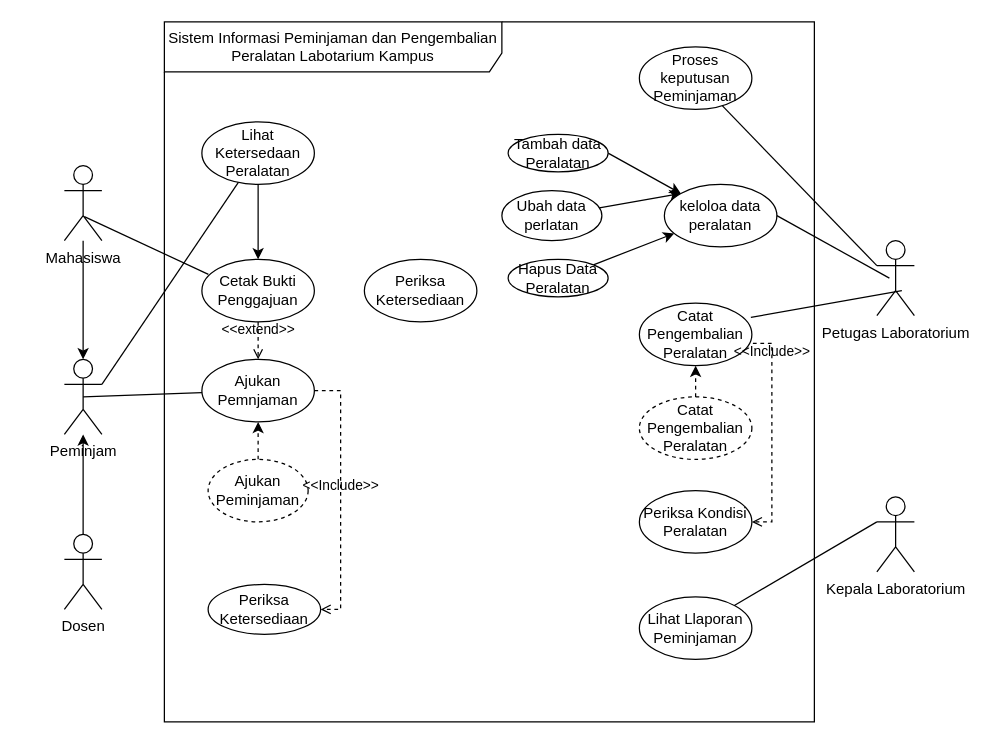
Earlier version of the draw.io diagram 03_latihan_tools/P04/Lab/Lab/P04_2406046_LAB_Usecase.drawio (2406046-Azri/IFRWP5149_2406046_labAlat). Source tidied: cells renumbered, new cells numbered last; positions are measured from the earlier drawing's top-left corner, leaving out a move shared by most shapes. Both pictures are drawn from the tidied source at 125%, with x=0, y=0 at pixel (64, 21).
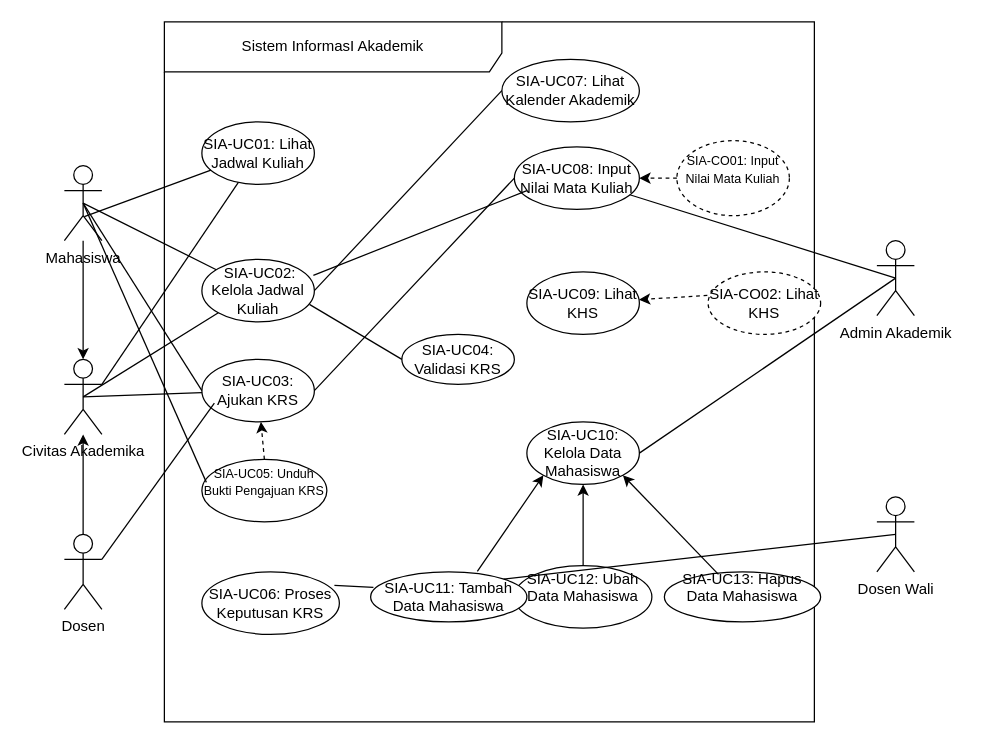
The same diagram, later.

The change refers to these unchanged cells:
```xml
<mxCell id="28" value="Mahasiswa" style="shape=umlActor;verticalLabelPosition=bottom;verticalAlign=top;html=1;" parent="1" vertex="1">
  <mxGeometry y="115" width="30" height="60" as="geometry" />
</mxCell>
<mxCell id="31" value="Dosen" style="shape=umlActor;verticalLabelPosition=bottom;verticalAlign=top;html=1;" parent="1" vertex="1">
  <mxGeometry y="410" width="30" height="60" as="geometry" />
</mxCell>
```

The edit, as a diff of the source:
```diff
@@
-    <mxCell id="2" value="Sistem Informasi Peminjaman dan Pengembalian Peralatan Labotarium Kampus" style="shape=umlFrame;whiteSpace=wrap;html=1;width=270;height=40;" parent="1" vertex="1">
+    <mxCell id="2" value="Sistem InformasI Akademik" style="shape=umlFrame;whiteSpace=wrap;html=1;width=270;height=40;" parent="1" vertex="1">
       <mxGeometry x="80" width="520" height="560" as="geometry" />
     </mxCell>
-    <mxCell id="3" style="rounded=0;jettySize=auto;html=1;" parent="2" edge="1" source="4" target="5">
-      <mxGeometry relative="1" as="geometry" />
-    </mxCell>
-    <mxCell id="4" value="Lihat Ketersedaan Peralatan" style="ellipse;html=1;whiteSpace=wrap;" parent="2" vertex="1">
+    <mxCell id="4" value="SIA-UC01: Lihat Jadwal Kuliah" style="ellipse;html=1;whiteSpace=wrap;" parent="2" vertex="1">
       <mxGeometry x="30" y="80" width="90" height="50" as="geometry" />
     </mxCell>
-    <mxCell id="5" value="Cetak Bukti Penggajuan" style="ellipse;html=1;whiteSpace=wrap;" parent="2" vertex="1">
+    <mxCell id="5" value="&amp;nbsp;SIA-UC02: Kelola Jadwal Kuliah" style="ellipse;html=1;whiteSpace=wrap;" parent="2" vertex="1">
       <mxGeometry x="30" y="190" width="90" height="50" as="geometry" />
     </mxCell>
-    <mxCell id="6" value="Periksa Ketersediaan" style="ellipse;html=1;whiteSpace=wrap;" parent="2" vertex="1">
-      <mxGeometry x="35" y="450" width="90" height="40" as="geometry" />
+    <mxCell id="6" value="SIA-UC04: Validasi KRS" style="ellipse;html=1;whiteSpace=wrap;" parent="2" vertex="1">
+      <mxGeometry x="190" y="250" width="90" height="40" as="geometry" />
     </mxCell>
-    <mxCell id="7" value="Periksa Ketersediaan" style="ellipse;html=1;whiteSpace=wrap;" parent="2" vertex="1">
-      <mxGeometry x="160" y="190" width="90" height="50" as="geometry" />
+    <mxCell id="7" value="&lt;div&gt;&lt;font style=&quot;font-size: 10px;&quot;&gt;SIA-UC05: Unduh Bukti Pengajuan KRS&lt;/font&gt;&lt;/div&gt;&lt;div&gt;&lt;br&gt;&lt;/div&gt;" style="ellipse;html=1;whiteSpace=wrap;" parent="2" vertex="1">
+      <mxGeometry x="30" y="350" width="100" height="50" as="geometry" />
     </mxCell>
-    <mxCell id="8" value="Proses keputusan Peminjaman" style="ellipse;html=1;whiteSpace=wrap;" parent="2" vertex="1">
-      <mxGeometry x="380" y="20" width="90" height="50" as="geometry" />
+    <mxCell id="8" value="SIA-UC06: Proses Keputusan KRS" style="ellipse;html=1;whiteSpace=wrap;" parent="2" vertex="1">
+      <mxGeometry x="30" y="440" width="110" height="50" as="geometry" />
     </mxCell>
-    <mxCell id="9" style="rounded=0;jettySize=auto;html=1;entryX=0;entryY=0;entryDx=0;entryDy=0;" parent="2" edge="1" source="10" target="17">
-      <mxGeometry relative="1" as="geometry" />
-    </mxCell>
-    <mxCell id="10" value="Ubah data perlatan" style="ellipse;html=1;whiteSpace=wrap;" parent="2" vertex="1">
-      <mxGeometry x="270" y="135" width="80" height="40" as="geometry" />
+    <mxCell id="10" value="&lt;div&gt;SIA-UC12: Ubah Data Mahasiswa&lt;/div&gt;&lt;div&gt;&lt;br&gt;&lt;/div&gt;" style="ellipse;html=1;whiteSpace=wrap;" parent="2" vertex="1">
+      <mxGeometry x="280" y="435" width="110" height="50" as="geometry" />
     </mxCell>
-    <mxCell id="11" style="rounded=0;jettySize=auto;html=1;exitX=1;exitY=0.5;exitDx=0;exitDy=0;" parent="2" edge="1" source="12" target="17">
-      <mxGeometry relative="1" as="geometry" />
-    </mxCell>
-    <mxCell id="12" value="Tambah data Peralatan" style="ellipse;html=1;whiteSpace=wrap;" parent="2" vertex="1">
-      <mxGeometry x="275" y="90" width="80" height="30" as="geometry" />
+    <mxCell id="12" value="&lt;div&gt;SIA-UC13: Hapus Data Mahasiswa&lt;/div&gt;&lt;div&gt;&lt;br&gt;&lt;/div&gt;" style="ellipse;html=1;whiteSpace=wrap;" parent="2" vertex="1">
+      <mxGeometry x="400" y="440" width="125" height="40" as="geometry" />
     </mxCell>
-    <mxCell id="13" style="rounded=0;jettySize=auto;html=1;" parent="2" edge="1" source="14" target="17">
-      <mxGeometry relative="1" as="geometry" />
-    </mxCell>
-    <mxCell id="14" value="Hapus Data Peralatan" style="ellipse;html=1;whiteSpace=wrap;" parent="2" vertex="1">
-      <mxGeometry x="275" y="190" width="80" height="30" as="geometry" />
+    <mxCell id="14" value="SIA-UC11: Tambah Data Mahasiswa" style="ellipse;html=1;whiteSpace=wrap;" parent="2" vertex="1">
+      <mxGeometry x="165" y="440" width="125" height="40" as="geometry" />
     </mxCell>
-    <mxCell id="15" style="rounded=0;jettySize=auto;html=1;dashed=1;" parent="2" edge="1" source="16" target="23">
-      <mxGeometry relative="1" as="geometry" />
-    </mxCell>
-    <mxCell id="16" value="Ajukan Peminjaman" style="ellipse;html=1;whiteSpace=wrap;strokeColor=default;dashed=1;" parent="2" vertex="1">
-      <mxGeometry x="35" y="350" width="80" height="50" as="geometry" />
+    <mxCell id="16" value="&lt;div&gt;&lt;font style=&quot;font-size: 10px;&quot;&gt;SIA-CO01: Input Nilai Mata Kuliah&lt;/font&gt;&lt;/div&gt;&lt;div&gt;&lt;br&gt;&lt;/div&gt;" style="ellipse;html=1;whiteSpace=wrap;strokeColor=default;dashed=1;" parent="2" vertex="1">
+      <mxGeometry x="410" y="95" width="90" height="60" as="geometry" />
     </mxCell>
-    <mxCell id="17" value="keloloa data peralatan" style="ellipse;html=1;whiteSpace=wrap;" parent="2" vertex="1">
-      <mxGeometry x="400" y="130" width="90" height="50" as="geometry" />
+    <mxCell id="17" value="SIA-UC07: Lihat Kalender Akademik" style="ellipse;html=1;whiteSpace=wrap;" parent="2" vertex="1">
+      <mxGeometry x="270" y="30" width="110" height="50" as="geometry" />
     </mxCell>
-    <mxCell id="18" value="Catat Pengembalian Peralatan" style="ellipse;html=1;whiteSpace=wrap;" parent="2" vertex="1">
-      <mxGeometry x="380" y="225" width="90" height="50" as="geometry" />
+    <mxCell id="18" value="SIA-UC08: Input Nilai Mata Kuliah" style="ellipse;html=1;whiteSpace=wrap;" parent="2" vertex="1">
+      <mxGeometry x="280" y="100" width="100" height="50" as="geometry" />
     </mxCell>
-    <mxCell id="19" style="rounded=0;jettySize=auto;html=1;exitX=0.5;exitY=0;exitDx=0;exitDy=0;entryX=0.5;entryY=1;entryDx=0;entryDy=0;dashed=1;" parent="2" edge="1" source="20" target="18">
+    <mxCell id="19" style="rounded=0;jettySize=auto;html=1;exitX=-0.007;exitY=0.376;exitDx=0;exitDy=0;dashed=1;exitPerimeter=0;" parent="2" edge="1" source="20" target="21">
       <mxGeometry relative="1" as="geometry" />
     </mxCell>
-    <mxCell id="20" value="Catat Pengembalian Peralatan" style="ellipse;html=1;whiteSpace=wrap;dashed=1;" parent="2" vertex="1">
-      <mxGeometry x="380" y="300" width="90" height="50" as="geometry" />
+    <mxCell id="20" value="SIA-CO02: Lihat KHS" style="ellipse;html=1;whiteSpace=wrap;dashed=1;" parent="2" vertex="1">
+      <mxGeometry x="435" y="200" width="90" height="50" as="geometry" />
     </mxCell>
-    <mxCell id="21" value="Periksa Kondisi Peralatan" style="ellipse;html=1;whiteSpace=wrap;" parent="2" vertex="1">
-      <mxGeometry x="380" y="375" width="90" height="50" as="geometry" />
+    <mxCell id="21" value="SIA-UC09: Lihat KHS" style="ellipse;html=1;whiteSpace=wrap;" parent="2" vertex="1">
+      <mxGeometry x="290" y="200" width="90" height="50" as="geometry" />
     </mxCell>
-    <mxCell id="22" value="Lihat Llaporan Peminjaman" style="ellipse;html=1;whiteSpace=wrap;" parent="2" vertex="1">
-      <mxGeometry x="380" y="460" width="90" height="50" as="geometry" />
+    <mxCell id="22" value="SIA-UC10: Kelola Data Mahasiswa" style="ellipse;html=1;whiteSpace=wrap;" parent="2" vertex="1">
+      <mxGeometry x="290" y="320" width="90" height="50" as="geometry" />
     </mxCell>
-    <mxCell id="23" value="Ajukan Pemnjaman" style="ellipse;html=1;whiteSpace=wrap;" parent="2" vertex="1">
+    <mxCell id="23" value="SIA-UC03: Ajukan KRS" style="ellipse;html=1;whiteSpace=wrap;" parent="2" vertex="1">
       <mxGeometry x="30" y="270" width="90" height="50" as="geometry" />
     </mxCell>
-    <mxCell id="24" value="&amp;lt;&amp;lt;extend&amp;gt;&amp;gt;" style="html=1;verticalAlign=bottom;labelBackgroundColor=none;endArrow=open;endFill=0;dashed=1;rounded=0;exitX=0.5;exitY=1;exitDx=0;exitDy=0;entryX=0.5;entryY=0;entryDx=0;entryDy=0;" parent="2" edge="1" source="5" target="23">
-      <mxGeometry relative="1" as="geometry" />
-    </mxCell>
-    <mxCell id="25" value="&amp;lt;&amp;lt;Include&amp;gt;&amp;gt;" style="html=1;verticalAlign=bottom;labelBackgroundColor=none;endArrow=open;endFill=0;dashed=1;rounded=0;exitX=1;exitY=0.5;exitDx=0;exitDy=0;entryX=1;entryY=0.5;entryDx=0;entryDy=0;edgeStyle=orthogonalEdgeStyle;libavoidRouting=1;" parent="2" edge="1" source="23" target="6">
-      <mxGeometry relative="1" as="geometry">
-        <Array as="points">
-          <mxPoint x="141" y="295" />
-          <mxPoint x="141" y="470" />
-        </Array>
-      </mxGeometry>
-    </mxCell>
-    <mxCell id="26" value="&amp;lt;&amp;lt;Include&amp;gt;&amp;gt;" style="html=1;verticalAlign=bottom;labelBackgroundColor=none;endArrow=open;endFill=0;dashed=1;rounded=0;exitX=1.009;exitY=0.644;exitDx=0;exitDy=0;entryX=1;entryY=0.5;entryDx=0;entryDy=0;edgeStyle=orthogonalEdgeStyle;libavoidRouting=1;exitPerimeter=0;" parent="2" edge="1" source="18" target="21">
-      <mxGeometry x="-0.64" relative="1" as="geometry">
-        <Array as="points">
-          <mxPoint x="486" y="257.2" />
-          <mxPoint x="486" y="400" />
-        </Array>
-      </mxGeometry>
-    </mxCell>
+    <mxCell id="41" style="rounded=0;jettySize=auto;html=1;endArrow=none;endFill=0;entryX=0.956;entryY=0.72;entryDx=0;entryDy=0;entryPerimeter=0;exitX=0;exitY=0.5;exitDx=0;exitDy=0;" parent="2" edge="1" source="6" target="5">
+      <mxGeometry relative="1" as="geometry" />
+    </mxCell>
+    <mxCell id="42" style="rounded=0;jettySize=auto;html=1;exitX=0.5;exitY=0;exitDx=0;exitDy=0;dashed=1;" parent="2" edge="1" source="7" target="23">
+      <mxGeometry relative="1" as="geometry" />
+    </mxCell>
+    <mxCell id="43" style="rounded=0;jettySize=auto;html=1;entryX=0.5;entryY=1;entryDx=0;entryDy=0;endArrow=classic;endFill=1;exitX=0.5;exitY=0;exitDx=0;exitDy=0;" parent="2" edge="1" source="10" target="22">
+      <mxGeometry relative="1" as="geometry" />
+    </mxCell>
+    <mxCell id="44" style="rounded=0;jettySize=auto;html=1;entryX=0;entryY=1;entryDx=0;entryDy=0;endArrow=classic;endFill=1;exitX=0.683;exitY=-0.01;exitDx=0;exitDy=0;exitPerimeter=0;" parent="2" edge="1" source="14" target="22">
+      <mxGeometry relative="1" as="geometry" />
+    </mxCell>
+    <mxCell id="45" style="rounded=0;jettySize=auto;html=1;entryX=1;entryY=1;entryDx=0;entryDy=0;endArrow=classic;endFill=1;exitX=0.346;exitY=0.05;exitDx=0;exitDy=0;exitPerimeter=0;" parent="2" edge="1" source="12" target="22">
+      <mxGeometry relative="1" as="geometry" />
+    </mxCell>
+    <mxCell id="46" style="rounded=0;jettySize=auto;html=1;endArrow=none;endFill=0;entryX=0.964;entryY=0.216;entryDx=0;entryDy=0;entryPerimeter=0;exitX=0.018;exitY=0.31;exitDx=0;exitDy=0;exitPerimeter=0;" parent="2" edge="1" source="14" target="8">
+      <mxGeometry relative="1" as="geometry" />
+    </mxCell>
+    <mxCell id="47" style="rounded=0;jettySize=auto;html=1;exitX=0;exitY=0.5;exitDx=0;exitDy=0;dashed=1;entryX=1;entryY=0.5;entryDx=0;entryDy=0;" parent="2" edge="1" source="16" target="18">
+      <mxGeometry relative="1" as="geometry" />
+    </mxCell>
+    <mxCell id="48" style="rounded=0;jettySize=auto;html=1;endArrow=none;endFill=0;entryX=1;entryY=0.5;entryDx=0;entryDy=0;exitX=0;exitY=0.5;exitDx=0;exitDy=0;" parent="2" edge="1" source="18" target="23">
+      <mxGeometry relative="1" as="geometry" />
+    </mxCell>
+    <mxCell id="49" style="rounded=0;jettySize=auto;html=1;endArrow=none;endFill=0;entryX=0.991;entryY=0.256;entryDx=0;entryDy=0;exitX=0;exitY=0.5;exitDx=0;exitDy=0;entryPerimeter=0;" parent="2" edge="1" target="5">
+      <mxGeometry relative="1" as="geometry">
+        <mxPoint x="290" y="135" as="sourcePoint" />
+      </mxGeometry>
+    </mxCell>
+    <mxCell id="50" style="rounded=0;jettySize=auto;html=1;endArrow=none;endFill=0;entryX=1;entryY=0.5;entryDx=0;entryDy=0;exitX=0;exitY=0.5;exitDx=0;exitDy=0;" parent="2" edge="1" source="17" target="5">
+      <mxGeometry relative="1" as="geometry" />
+    </mxCell>
@@
-    <mxCell id="29" value="Peminjam" style="shape=umlActor;verticalLabelPosition=bottom;verticalAlign=top;html=1;" parent="1" vertex="1">
+    <mxCell id="29" value="&lt;div&gt;Civitas Akademika&lt;/div&gt;&lt;div&gt;&lt;br&gt;&lt;/div&gt;" style="shape=umlActor;verticalLabelPosition=bottom;verticalAlign=top;html=1;" parent="1" vertex="1">
       <mxGeometry y="270" width="30" height="60" as="geometry" />
     </mxCell>
@@
-    <mxCell id="33" style="rounded=0;jettySize=auto;html=1;endArrow=none;endFill=0;entryX=0.533;entryY=0.68;entryDx=0;entryDy=0;entryPerimeter=0;exitX=0.058;exitY=0.24;exitDx=0;exitDy=0;exitPerimeter=0;" parent="1" edge="1" source="5" target="28">
+    <mxCell id="33" style="rounded=0;jettySize=auto;html=1;endArrow=none;endFill=0;entryX=0.533;entryY=0.68;entryDx=0;entryDy=0;entryPerimeter=0;" parent="1" edge="1" source="4" target="28">
       <mxGeometry relative="1" as="geometry" />
     </mxCell>
-    <mxCell id="34" value="Kepala Laboratorium" style="shape=umlActor;verticalLabelPosition=bottom;verticalAlign=top;html=1;" parent="1" vertex="1">
+    <mxCell id="34" value="Dosen Wali" style="shape=umlActor;verticalLabelPosition=bottom;verticalAlign=top;html=1;" parent="1" vertex="1">
       <mxGeometry x="650" y="380" width="30" height="60" as="geometry" />
     </mxCell>
-    <mxCell id="35" style="rounded=0;jettySize=auto;html=1;entryX=0;entryY=0.3333333333333333;entryDx=0;entryDy=0;entryPerimeter=0;endArrow=none;endFill=0;" parent="1" edge="1" source="22" target="34">
-      <mxGeometry relative="1" as="geometry" />
-    </mxCell>
-    <mxCell id="36" style="rounded=0;jettySize=auto;html=1;exitX=0;exitY=0.3333333333333333;exitDx=0;exitDy=0;exitPerimeter=0;endArrow=none;endFill=0;" parent="1" edge="1" source="37" target="8">
-      <mxGeometry relative="1" as="geometry" />
-    </mxCell>
-    <mxCell id="37" value="Petugas Laboratorium" style="shape=umlActor;verticalLabelPosition=bottom;verticalAlign=top;html=1;" parent="1" vertex="1">
+    <mxCell id="37" value="Admin Akademik" style="shape=umlActor;verticalLabelPosition=bottom;verticalAlign=top;html=1;" parent="1" vertex="1">
       <mxGeometry x="650" y="175" width="30" height="60" as="geometry" />
     </mxCell>
-    <mxCell id="38" style="rounded=0;jettySize=auto;html=1;exitX=0;exitY=0.3333333333333333;exitDx=0;exitDy=0;exitPerimeter=0;endArrow=none;endFill=0;entryX=1;entryY=0.5;entryDx=0;entryDy=0;" parent="1" edge="1" target="17">
-      <mxGeometry relative="1" as="geometry">
-        <mxPoint x="660" y="205" as="sourcePoint" />
-      </mxGeometry>
-    </mxCell>
-    <mxCell id="39" style="rounded=0;jettySize=auto;html=1;exitX=0;exitY=0.3333333333333333;exitDx=0;exitDy=0;exitPerimeter=0;endArrow=none;endFill=0;entryX=0.991;entryY=0.228;entryDx=0;entryDy=0;entryPerimeter=0;" parent="1" edge="1" target="18">
-      <mxGeometry relative="1" as="geometry">
-        <mxPoint x="670" y="215" as="sourcePoint" />
-      </mxGeometry>
-    </mxCell>
@@
+    <mxCell id="51" style="rounded=0;jettySize=auto;html=1;endArrow=none;endFill=0;entryX=0.5;entryY=0.5;entryDx=0;entryDy=0;entryPerimeter=0;" parent="1" edge="1" source="5" target="28">
+      <mxGeometry relative="1" as="geometry" />
+    </mxCell>
+    <mxCell id="52" style="rounded=0;jettySize=auto;html=1;endArrow=none;endFill=0;entryX=0.5;entryY=0.5;entryDx=0;entryDy=0;entryPerimeter=0;exitX=0;exitY=0.5;exitDx=0;exitDy=0;" parent="1" edge="1" source="23" target="28">
+      <mxGeometry relative="1" as="geometry" />
+    </mxCell>
+    <mxCell id="53" style="rounded=0;jettySize=auto;html=1;endArrow=none;endFill=0;entryX=0.5;entryY=0.5;entryDx=0;entryDy=0;entryPerimeter=0;exitX=0;exitY=1;exitDx=0;exitDy=0;" parent="1" edge="1" source="5" target="29">
+      <mxGeometry relative="1" as="geometry" />
+    </mxCell>
+    <mxCell id="54" style="rounded=0;jettySize=auto;html=1;endArrow=none;endFill=0;entryX=1;entryY=0.3333333333333333;entryDx=0;entryDy=0;entryPerimeter=0;exitX=0;exitY=0.5;exitDx=0;exitDy=0;" parent="1" edge="1" target="31">
+      <mxGeometry relative="1" as="geometry">
+        <mxPoint x="120" y="305" as="sourcePoint" />
+      </mxGeometry>
+    </mxCell>
+    <mxCell id="55" style="rounded=0;jettySize=auto;html=1;endArrow=none;endFill=0;entryX=0.5;entryY=0.5;entryDx=0;entryDy=0;entryPerimeter=0;exitX=0.036;exitY=0.368;exitDx=0;exitDy=0;exitPerimeter=0;" parent="1" edge="1" source="7" target="28">
+      <mxGeometry relative="1" as="geometry" />
+    </mxCell>
+    <mxCell id="56" style="rounded=0;jettySize=auto;html=1;endArrow=none;endFill=0;exitX=0.5;exitY=0.5;exitDx=0;exitDy=0;exitPerimeter=0;" parent="1" edge="1" source="37" target="18">
+      <mxGeometry relative="1" as="geometry" />
+    </mxCell>
+    <mxCell id="57" style="rounded=0;jettySize=auto;html=1;endArrow=none;endFill=0;exitX=0.5;exitY=0.5;exitDx=0;exitDy=0;exitPerimeter=0;entryX=1;entryY=0.5;entryDx=0;entryDy=0;" parent="1" edge="1" source="37" target="22">
+      <mxGeometry relative="1" as="geometry" />
+    </mxCell>
+    <mxCell id="58" style="rounded=0;jettySize=auto;html=1;endArrow=none;endFill=0;exitX=0.5;exitY=0.5;exitDx=0;exitDy=0;exitPerimeter=0;entryX=1;entryY=0;entryDx=0;entryDy=0;" parent="1" edge="1" source="34" target="14">
+      <mxGeometry relative="1" as="geometry" />
+    </mxCell>
```
